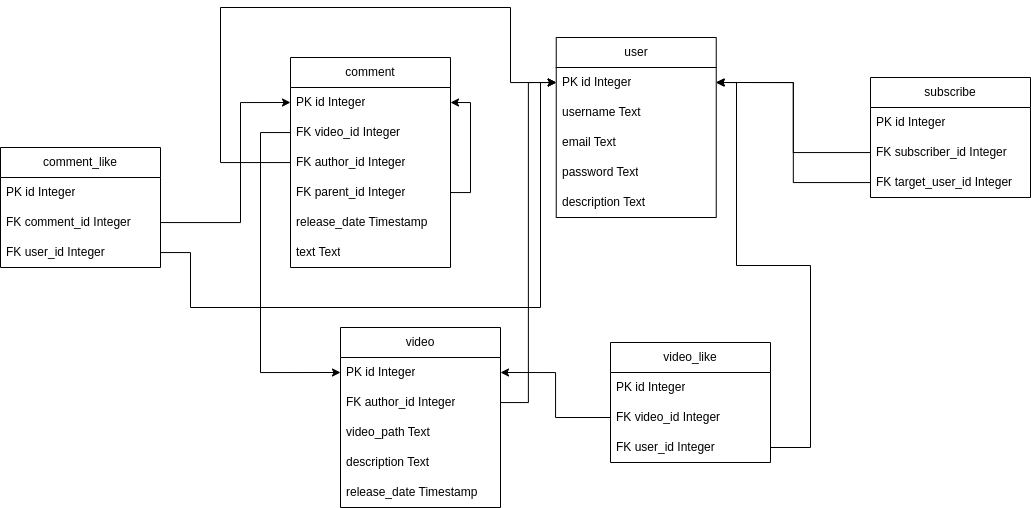
Above: static/highload-logic-db.drawio.png in SanExpett/highload-tiktok (draw.io), before the change. Source tidied: cells renumbered, new cells last; positions are measured from the earlier drawing's top-left corner, leaving out a move shared by most shapes. Its diagram source:
```xml
<mxGraphModel>
  <root>
    <mxCell id="0" />
    <mxCell id="1" parent="0" />
    <mxCell id="2" value="user" style="swimlane;fontStyle=0;horizontal=1;startSize=30;whiteSpace=wrap;html=1;" parent="1" vertex="1">
      <mxGeometry x="555.7" y="30" width="160" height="180" as="geometry" />
    </mxCell>
    <mxCell id="3" value="PK id Integer" style="text;strokeColor=none;fillColor=none;align=left;verticalAlign=middle;spacingLeft=4;spacingRight=4;overflow=hidden;points=[[0,0.5],[1,0.5]];portConstraint=eastwest;whiteSpace=wrap;html=1;" parent="2" vertex="1">
      <mxGeometry y="30" width="160" height="30" as="geometry" />
    </mxCell>
    <mxCell id="4" value="username Text" style="text;strokeColor=none;fillColor=none;align=left;verticalAlign=middle;spacingLeft=4;spacingRight=4;overflow=hidden;whiteSpace=wrap;html=1;" parent="2" vertex="1">
      <mxGeometry y="60" width="160" height="30" as="geometry" />
    </mxCell>
    <mxCell id="5" value="email Text" style="text;strokeColor=none;fillColor=none;align=left;verticalAlign=middle;spacingLeft=4;spacingRight=4;overflow=hidden;whiteSpace=wrap;html=1;" parent="2" vertex="1">
      <mxGeometry y="90" width="160" height="30" as="geometry" />
    </mxCell>
    <mxCell id="6" value="password Text" style="text;strokeColor=none;fillColor=none;align=left;verticalAlign=middle;spacingLeft=4;spacingRight=4;overflow=hidden;whiteSpace=wrap;html=1;" parent="2" vertex="1">
      <mxGeometry y="120" width="160" height="30" as="geometry" />
    </mxCell>
    <mxCell id="7" value="description Text" style="text;strokeColor=none;fillColor=none;align=left;verticalAlign=middle;spacingLeft=4;spacingRight=4;overflow=hidden;whiteSpace=wrap;html=1;" parent="2" vertex="1">
      <mxGeometry y="150" width="160" height="30" as="geometry" />
    </mxCell>
    <mxCell id="8" value="video" style="swimlane;fontStyle=0;horizontal=1;startSize=30;whiteSpace=wrap;html=1;" parent="1" vertex="1">
      <mxGeometry x="340" y="320" width="160" height="180" as="geometry" />
    </mxCell>
    <mxCell id="9" value="PK id Integer" style="text;strokeColor=none;fillColor=none;align=left;verticalAlign=middle;spacingLeft=4;spacingRight=4;overflow=hidden;points=[[0,0.5],[1,0.5]];portConstraint=eastwest;whiteSpace=wrap;html=1;" parent="8" vertex="1">
      <mxGeometry y="30" width="160" height="30" as="geometry" />
    </mxCell>
    <mxCell id="10" value="FK author_id Integer" style="text;strokeColor=none;fillColor=none;align=left;verticalAlign=middle;spacingLeft=4;spacingRight=4;overflow=hidden;points=[[0,0.5],[1,0.5]];portConstraint=eastwest;whiteSpace=wrap;html=1;" parent="8" vertex="1">
      <mxGeometry y="60" width="160" height="30" as="geometry" />
    </mxCell>
    <mxCell id="11" value="video_path Text" style="text;strokeColor=none;fillColor=none;align=left;verticalAlign=middle;spacingLeft=4;spacingRight=4;overflow=hidden;whiteSpace=wrap;html=1;" parent="8" vertex="1">
      <mxGeometry y="90" width="160" height="30" as="geometry" />
    </mxCell>
    <mxCell id="12" value="description Text" style="text;strokeColor=none;fillColor=none;align=left;verticalAlign=middle;spacingLeft=4;spacingRight=4;overflow=hidden;whiteSpace=wrap;html=1;" parent="8" vertex="1">
      <mxGeometry y="120" width="160" height="30" as="geometry" />
    </mxCell>
    <mxCell id="13" value="release_date Timestamp" style="text;strokeColor=none;fillColor=none;align=left;verticalAlign=middle;spacingLeft=4;spacingRight=4;overflow=hidden;whiteSpace=wrap;html=1;" parent="8" vertex="1">
      <mxGeometry y="150" width="160" height="30" as="geometry" />
    </mxCell>
    <mxCell id="14" value="video_like" style="swimlane;fontStyle=0;horizontal=1;startSize=30;whiteSpace=wrap;html=1;" parent="1" vertex="1">
      <mxGeometry x="610" y="335" width="160" height="120" as="geometry" />
    </mxCell>
    <mxCell id="15" value="PK id Integer" style="text;strokeColor=none;fillColor=none;align=left;verticalAlign=middle;spacingLeft=4;spacingRight=4;overflow=hidden;whiteSpace=wrap;html=1;" parent="14" vertex="1">
      <mxGeometry y="30" width="160" height="30" as="geometry" />
    </mxCell>
    <mxCell id="16" value="FK video_id Integer" style="text;strokeColor=none;fillColor=none;align=left;verticalAlign=middle;spacingLeft=4;spacingRight=4;overflow=hidden;points=[[0,0.5],[1,0.5]];portConstraint=eastwest;whiteSpace=wrap;html=1;" parent="14" vertex="1">
      <mxGeometry y="60" width="160" height="30" as="geometry" />
    </mxCell>
    <mxCell id="17" value="FK user_id Integer" style="text;strokeColor=none;fillColor=none;align=left;verticalAlign=middle;spacingLeft=4;spacingRight=4;overflow=hidden;points=[[0,0.5],[1,0.5]];portConstraint=eastwest;whiteSpace=wrap;html=1;" parent="14" vertex="1">
      <mxGeometry y="90" width="160" height="30" as="geometry" />
    </mxCell>
    <mxCell id="18" value="comment" style="swimlane;fontStyle=0;horizontal=1;startSize=30;whiteSpace=wrap;html=1;" parent="1" vertex="1">
      <mxGeometry x="290" y="50" width="160" height="210" as="geometry" />
    </mxCell>
    <mxCell id="19" value="PK id Integer" style="text;strokeColor=none;fillColor=none;align=left;verticalAlign=middle;spacingLeft=4;spacingRight=4;overflow=hidden;points=[[0,0.5],[1,0.5]];portConstraint=eastwest;whiteSpace=wrap;html=1;" parent="18" vertex="1">
      <mxGeometry y="30" width="160" height="30" as="geometry" />
    </mxCell>
    <mxCell id="20" value="FK video_id Integer" style="text;strokeColor=none;fillColor=none;align=left;verticalAlign=middle;spacingLeft=4;spacingRight=4;overflow=hidden;points=[[0,0.5],[1,0.5]];portConstraint=eastwest;whiteSpace=wrap;html=1;" parent="18" vertex="1">
      <mxGeometry y="60" width="160" height="30" as="geometry" />
    </mxCell>
    <mxCell id="21" value="FK author_id Integer" style="text;strokeColor=none;fillColor=none;align=left;verticalAlign=middle;spacingLeft=4;spacingRight=4;overflow=hidden;points=[[0,0.5],[1,0.5]];portConstraint=eastwest;whiteSpace=wrap;html=1;" parent="18" vertex="1">
      <mxGeometry y="90" width="160" height="30" as="geometry" />
    </mxCell>
    <mxCell id="22" style="edgeStyle=orthogonalEdgeStyle;rounded=0;jettySize=auto;html=1;entryX=1;entryY=0.5;entryDx=0;entryDy=0;" parent="18" edge="1" source="23" target="19">
      <mxGeometry relative="1" as="geometry">
        <Array as="points">
          <mxPoint x="180" y="135" />
          <mxPoint x="180" y="45" />
        </Array>
      </mxGeometry>
    </mxCell>
    <mxCell id="23" value="FK parent_id Integer" style="text;strokeColor=none;fillColor=none;align=left;verticalAlign=middle;spacingLeft=4;spacingRight=4;overflow=hidden;points=[[0,0.5],[1,0.5]];portConstraint=eastwest;whiteSpace=wrap;html=1;" parent="18" vertex="1">
      <mxGeometry y="120" width="160" height="30" as="geometry" />
    </mxCell>
    <mxCell id="24" value="release_date Timestamp" style="text;strokeColor=none;fillColor=none;align=left;verticalAlign=middle;spacingLeft=4;spacingRight=4;overflow=hidden;whiteSpace=wrap;html=1;" parent="18" vertex="1">
      <mxGeometry y="150" width="160" height="30" as="geometry" />
    </mxCell>
    <mxCell id="25" value="text Text" style="text;strokeColor=none;fillColor=none;align=left;verticalAlign=middle;spacingLeft=4;spacingRight=4;overflow=hidden;whiteSpace=wrap;html=1;" parent="18" vertex="1">
      <mxGeometry y="180" width="160" height="30" as="geometry" />
    </mxCell>
    <mxCell id="26" value="comment_like" style="swimlane;fontStyle=0;horizontal=1;startSize=30;whiteSpace=wrap;html=1;" parent="1" vertex="1">
      <mxGeometry y="140" width="160" height="120" as="geometry" />
    </mxCell>
    <mxCell id="27" value="PK id Integer" style="text;strokeColor=none;fillColor=none;align=left;verticalAlign=middle;spacingLeft=4;spacingRight=4;overflow=hidden;whiteSpace=wrap;html=1;" parent="26" vertex="1">
      <mxGeometry y="30" width="160" height="30" as="geometry" />
    </mxCell>
    <mxCell id="28" value="FK comment_id Integer" style="text;strokeColor=none;fillColor=none;align=left;verticalAlign=middle;spacingLeft=4;spacingRight=4;overflow=hidden;points=[[0,0.5],[1,0.5]];portConstraint=eastwest;whiteSpace=wrap;html=1;" parent="26" vertex="1">
      <mxGeometry y="60" width="160" height="30" as="geometry" />
    </mxCell>
    <mxCell id="29" value="FK user_id Integer" style="text;strokeColor=none;fillColor=none;align=left;verticalAlign=middle;spacingLeft=4;spacingRight=4;overflow=hidden;points=[[0,0.5],[1,0.5]];portConstraint=eastwest;whiteSpace=wrap;html=1;" parent="26" vertex="1">
      <mxGeometry y="90" width="160" height="30" as="geometry" />
    </mxCell>
    <mxCell id="30" value="subscribe" style="swimlane;fontStyle=0;horizontal=1;startSize=30;whiteSpace=wrap;html=1;" parent="1" vertex="1">
      <mxGeometry x="870" y="70" width="160" height="120" as="geometry" />
    </mxCell>
    <mxCell id="31" value="PK id Integer" style="text;strokeColor=none;fillColor=none;align=left;verticalAlign=middle;spacingLeft=4;spacingRight=4;overflow=hidden;whiteSpace=wrap;html=1;" parent="30" vertex="1">
      <mxGeometry y="30" width="160" height="30" as="geometry" />
    </mxCell>
    <mxCell id="32" value="FK subscriber_id Integer" style="text;strokeColor=none;fillColor=none;align=left;verticalAlign=middle;spacingLeft=4;spacingRight=4;overflow=hidden;points=[[0,0.5],[1,0.5]];portConstraint=eastwest;whiteSpace=wrap;html=1;" parent="30" vertex="1">
      <mxGeometry y="60" width="160" height="30" as="geometry" />
    </mxCell>
    <mxCell id="33" value="FK target_user_id Integer" style="text;strokeColor=none;fillColor=none;align=left;verticalAlign=middle;spacingLeft=4;spacingRight=4;overflow=hidden;points=[[0,0.5],[1,0.5]];portConstraint=eastwest;whiteSpace=wrap;html=1;" parent="30" vertex="1">
      <mxGeometry y="90" width="160" height="30" as="geometry" />
    </mxCell>
    <mxCell id="34" style="edgeStyle=orthogonalEdgeStyle;rounded=0;jettySize=auto;html=1;entryX=0;entryY=0.5;entryDx=0;entryDy=0;" parent="1" edge="1" source="21" target="3">
      <mxGeometry relative="1" as="geometry">
        <Array as="points">
          <mxPoint x="220" y="155" />
          <mxPoint x="220" />
          <mxPoint x="510" />
          <mxPoint x="510" y="75" />
        </Array>
      </mxGeometry>
    </mxCell>
    <mxCell id="35" style="edgeStyle=orthogonalEdgeStyle;rounded=0;jettySize=auto;html=1;entryX=0;entryY=0.5;entryDx=0;entryDy=0;" parent="1" edge="1" source="10" target="3">
      <mxGeometry relative="1" as="geometry" />
    </mxCell>
    <mxCell id="36" style="edgeStyle=orthogonalEdgeStyle;rounded=0;jettySize=auto;html=1;entryX=0;entryY=0.5;entryDx=0;entryDy=0;" parent="1" edge="1" source="20" target="9">
      <mxGeometry relative="1" as="geometry">
        <Array as="points">
          <mxPoint x="260" y="125" />
          <mxPoint x="260" y="365" />
        </Array>
      </mxGeometry>
    </mxCell>
    <mxCell id="37" style="edgeStyle=orthogonalEdgeStyle;rounded=0;jettySize=auto;html=1;entryX=1;entryY=0.5;entryDx=0;entryDy=0;" parent="1" edge="1" source="32" target="3">
      <mxGeometry relative="1" as="geometry" />
    </mxCell>
    <mxCell id="38" style="edgeStyle=orthogonalEdgeStyle;rounded=0;jettySize=auto;html=1;entryX=1;entryY=0.5;entryDx=0;entryDy=0;" parent="1" edge="1" source="33" target="3">
      <mxGeometry relative="1" as="geometry" />
    </mxCell>
    <mxCell id="39" style="edgeStyle=orthogonalEdgeStyle;rounded=0;jettySize=auto;html=1;exitX=0;exitY=0.5;exitDx=0;exitDy=0;entryX=1;entryY=0.5;entryDx=0;entryDy=0;" parent="1" edge="1" source="16" target="9">
      <mxGeometry relative="1" as="geometry" />
    </mxCell>
    <mxCell id="40" style="edgeStyle=orthogonalEdgeStyle;rounded=0;jettySize=auto;html=1;entryX=1;entryY=0.5;entryDx=0;entryDy=0;" parent="1" edge="1" source="17" target="3">
      <mxGeometry relative="1" as="geometry">
        <Array as="points">
          <mxPoint x="810" y="440" />
          <mxPoint x="810" y="258" />
          <mxPoint x="736" y="258" />
          <mxPoint x="736" y="75" />
        </Array>
      </mxGeometry>
    </mxCell>
    <mxCell id="41" style="edgeStyle=orthogonalEdgeStyle;rounded=0;jettySize=auto;html=1;entryX=0;entryY=0.5;entryDx=0;entryDy=0;" parent="1" edge="1" source="28" target="19">
      <mxGeometry relative="1" as="geometry">
        <Array as="points">
          <mxPoint x="240" y="215" />
          <mxPoint x="240" y="95" />
        </Array>
      </mxGeometry>
    </mxCell>
    <mxCell id="42" style="edgeStyle=orthogonalEdgeStyle;rounded=0;jettySize=auto;html=1;entryX=0;entryY=0.5;entryDx=0;entryDy=0;" parent="1" edge="1" source="29" target="3">
      <mxGeometry relative="1" as="geometry">
        <Array as="points">
          <mxPoint x="190" y="245" />
          <mxPoint x="190" y="300" />
          <mxPoint x="540" y="300" />
          <mxPoint x="540" y="75" />
        </Array>
      </mxGeometry>
    </mxCell>
  </root>
</mxGraphModel>
```
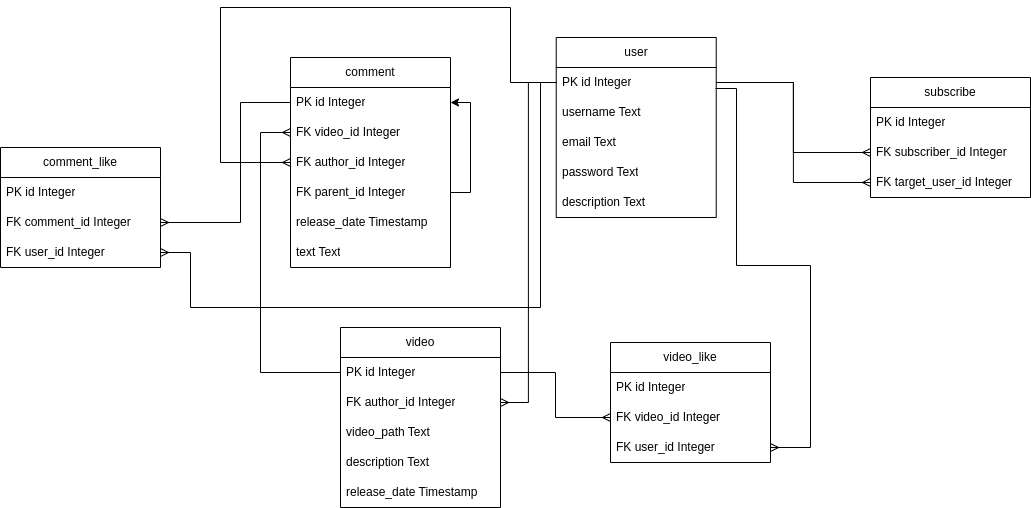
The same diagram one commit later.

Commit message:
Логическая схема БД

Change to the diagram source:
```diff
@@ -103,7 +103,7 @@
     <mxCell id="33" value="FK target_user_id Integer" style="text;strokeColor=none;fillColor=none;align=left;verticalAlign=middle;spacingLeft=4;spacingRight=4;overflow=hidden;points=[[0,0.5],[1,0.5]];portConstraint=eastwest;whiteSpace=wrap;html=1;" parent="30" vertex="1">
       <mxGeometry y="90" width="160" height="30" as="geometry" />
     </mxCell>
-    <mxCell id="34" style="edgeStyle=orthogonalEdgeStyle;rounded=0;jettySize=auto;html=1;entryX=0;entryY=0.5;entryDx=0;entryDy=0;" parent="1" edge="1" source="21" target="3">
+    <mxCell id="34" style="edgeStyle=orthogonalEdgeStyle;rounded=0;jettySize=auto;html=1;entryX=0;entryY=0.5;entryDx=0;entryDy=0;endArrow=none;endFill=0;startArrow=ERmany;startFill=0;" parent="1" edge="1" source="21" target="3">
       <mxGeometry relative="1" as="geometry">
         <Array as="points">
           <mxPoint x="220" y="155" />
@@ -113,10 +113,10 @@
         </Array>
       </mxGeometry>
     </mxCell>
-    <mxCell id="35" style="edgeStyle=orthogonalEdgeStyle;rounded=0;jettySize=auto;html=1;entryX=0;entryY=0.5;entryDx=0;entryDy=0;" parent="1" edge="1" source="10" target="3">
+    <mxCell id="35" style="edgeStyle=orthogonalEdgeStyle;rounded=0;jettySize=auto;html=1;entryX=0;entryY=0.5;entryDx=0;entryDy=0;endArrow=none;endFill=0;startArrow=ERmany;startFill=0;" parent="1" edge="1" source="10" target="3">
       <mxGeometry relative="1" as="geometry" />
     </mxCell>
-    <mxCell id="36" style="edgeStyle=orthogonalEdgeStyle;rounded=0;jettySize=auto;html=1;entryX=0;entryY=0.5;entryDx=0;entryDy=0;" parent="1" edge="1" source="20" target="9">
+    <mxCell id="36" style="edgeStyle=orthogonalEdgeStyle;rounded=0;jettySize=auto;html=1;entryX=0;entryY=0.5;entryDx=0;entryDy=0;endArrow=none;endFill=0;startArrow=ERmany;startFill=0;" parent="1" edge="1" source="20" target="9">
       <mxGeometry relative="1" as="geometry">
         <Array as="points">
           <mxPoint x="260" y="125" />
@@ -124,26 +124,26 @@
         </Array>
       </mxGeometry>
     </mxCell>
-    <mxCell id="37" style="edgeStyle=orthogonalEdgeStyle;rounded=0;jettySize=auto;html=1;entryX=1;entryY=0.5;entryDx=0;entryDy=0;" parent="1" edge="1" source="32" target="3">
+    <mxCell id="37" style="edgeStyle=orthogonalEdgeStyle;rounded=0;jettySize=auto;html=1;entryX=1;entryY=0.5;entryDx=0;entryDy=0;endArrow=none;endFill=0;startArrow=ERmany;startFill=0;" parent="1" edge="1" source="32" target="3">
       <mxGeometry relative="1" as="geometry" />
     </mxCell>
-    <mxCell id="38" style="edgeStyle=orthogonalEdgeStyle;rounded=0;jettySize=auto;html=1;entryX=1;entryY=0.5;entryDx=0;entryDy=0;" parent="1" edge="1" source="33" target="3">
+    <mxCell id="38" style="edgeStyle=orthogonalEdgeStyle;rounded=0;jettySize=auto;html=1;entryX=1;entryY=0.5;entryDx=0;entryDy=0;endArrow=none;endFill=0;startArrow=ERmany;startFill=0;" parent="1" edge="1" source="33" target="3">
       <mxGeometry relative="1" as="geometry" />
     </mxCell>
-    <mxCell id="39" style="edgeStyle=orthogonalEdgeStyle;rounded=0;jettySize=auto;html=1;exitX=0;exitY=0.5;exitDx=0;exitDy=0;entryX=1;entryY=0.5;entryDx=0;entryDy=0;" parent="1" edge="1" source="16" target="9">
+    <mxCell id="39" style="edgeStyle=orthogonalEdgeStyle;rounded=0;jettySize=auto;html=1;exitX=0;exitY=0.5;exitDx=0;exitDy=0;entryX=1;entryY=0.5;entryDx=0;entryDy=0;startArrow=ERmany;startFill=0;endArrow=none;endFill=0;" parent="1" edge="1" source="16" target="9">
       <mxGeometry relative="1" as="geometry" />
     </mxCell>
-    <mxCell id="40" style="edgeStyle=orthogonalEdgeStyle;rounded=0;jettySize=auto;html=1;entryX=1;entryY=0.5;entryDx=0;entryDy=0;" parent="1" edge="1" source="17" target="3">
+    <mxCell id="40" style="edgeStyle=orthogonalEdgeStyle;rounded=0;jettySize=auto;html=1;entryX=0.995;entryY=0.7;entryDx=0;entryDy=0;entryPerimeter=0;endArrow=none;endFill=0;startArrow=ERmany;startFill=0;" parent="1" edge="1" source="17" target="3">
       <mxGeometry relative="1" as="geometry">
         <Array as="points">
           <mxPoint x="810" y="440" />
           <mxPoint x="810" y="258" />
           <mxPoint x="736" y="258" />
-          <mxPoint x="736" y="75" />
+          <mxPoint x="736" y="81" />
         </Array>
       </mxGeometry>
     </mxCell>
-    <mxCell id="41" style="edgeStyle=orthogonalEdgeStyle;rounded=0;jettySize=auto;html=1;entryX=0;entryY=0.5;entryDx=0;entryDy=0;" parent="1" edge="1" source="28" target="19">
+    <mxCell id="41" style="edgeStyle=orthogonalEdgeStyle;rounded=0;jettySize=auto;html=1;entryX=0;entryY=0.5;entryDx=0;entryDy=0;endArrow=none;endFill=0;startArrow=ERmany;startFill=0;" parent="1" edge="1" source="28" target="19">
       <mxGeometry relative="1" as="geometry">
         <Array as="points">
           <mxPoint x="240" y="215" />
@@ -151,7 +151,7 @@
         </Array>
       </mxGeometry>
     </mxCell>
-    <mxCell id="42" style="edgeStyle=orthogonalEdgeStyle;rounded=0;jettySize=auto;html=1;entryX=0;entryY=0.5;entryDx=0;entryDy=0;" parent="1" edge="1" source="29" target="3">
+    <mxCell id="42" style="edgeStyle=orthogonalEdgeStyle;rounded=0;jettySize=auto;html=1;entryX=0;entryY=0.5;entryDx=0;entryDy=0;endArrow=none;endFill=0;startArrow=ERmany;startFill=0;" parent="1" edge="1" source="29" target="3">
       <mxGeometry relative="1" as="geometry">
         <Array as="points">
           <mxPoint x="190" y="245" />
```
